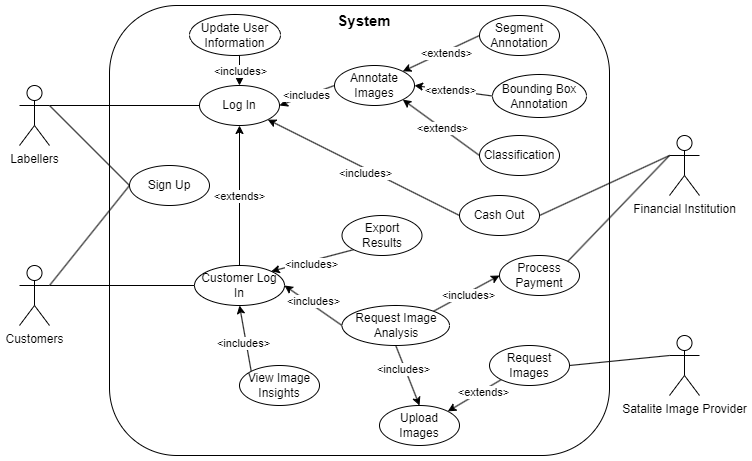
The draw.io diagram docs/SRS/useCaseDiagram.png in OKKM-insights/OKKM.insights, before a commit. Source tidied: cells renumbered, new cells last; positions are measured from the earlier drawing's top-left corner, leaving out a move shared by most shapes.
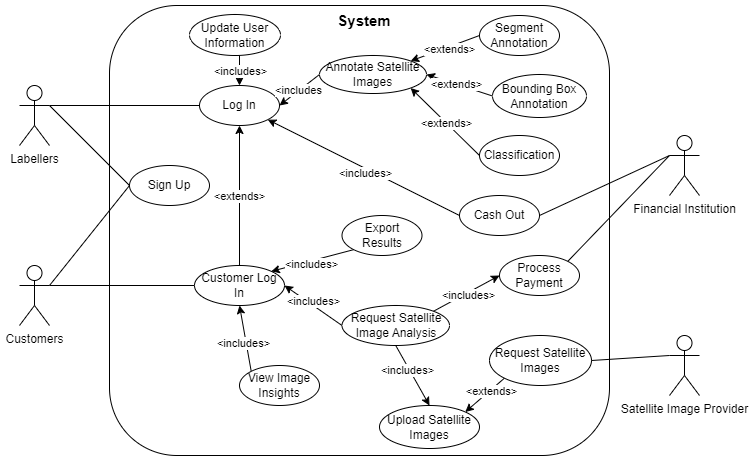
Later version of the same file.

Change to the diagram source:
```diff
@@ -26,7 +26,7 @@
     <mxCell id="9" value="Customers" style="shape=umlActor;verticalLabelPosition=bottom;verticalAlign=top;html=1;outlineConnect=0;" parent="1" vertex="1">
       <mxGeometry y="260" width="30" height="60" as="geometry" />
     </mxCell>
-    <mxCell id="10" value="Satalite Image Provider" style="shape=umlActor;verticalLabelPosition=bottom;verticalAlign=top;html=1;outlineConnect=0;" parent="1" vertex="1">
+    <mxCell id="10" value="Satellite Image Provider" style="shape=umlActor;verticalLabelPosition=bottom;verticalAlign=top;html=1;outlineConnect=0;" parent="1" vertex="1">
       <mxGeometry x="650" y="330" width="30" height="60" as="geometry" />
     </mxCell>
     <mxCell id="11" value="Log In" style="ellipse;whiteSpace=wrap;html=1;" parent="1" vertex="1">
@@ -50,8 +50,8 @@
     <mxCell id="17" value="&amp;lt;includes" style="edgeLabel;html=1;align=center;verticalAlign=middle;" parent="16" vertex="1">
       <mxGeometry x="0.04" y="-1" relative="1" as="geometry" />
     </mxCell>
-    <mxCell id="18" value="Annotate Images" style="ellipse;whiteSpace=wrap;html=1;" parent="1" vertex="1">
-      <mxGeometry x="315" y="60" width="80" height="40" as="geometry" />
+    <mxCell id="18" value="Annotate Satellite Images" style="ellipse;whiteSpace=wrap;html=1;" parent="1" vertex="1">
+      <mxGeometry x="300" y="50" width="107" height="38" as="geometry" />
     </mxCell>
     <mxCell id="19" style="rounded=0;jettySize=auto;html=1;exitX=0;exitY=0.5;exitDx=0;exitDy=0;entryX=1;entryY=0;entryDx=0;entryDy=0;" parent="1" edge="1" source="21" target="18">
       <mxGeometry relative="1" as="geometry" />
@@ -89,8 +89,8 @@
     <mxCell id="30" value="&amp;lt;extends&amp;gt;" style="edgeLabel;html=1;align=center;verticalAlign=middle;" parent="29" vertex="1">
       <mxGeometry x="-0.3" y="1" relative="1" as="geometry" />
     </mxCell>
-    <mxCell id="31" value="Request Images" style="ellipse;whiteSpace=wrap;html=1;" parent="1" vertex="1">
-      <mxGeometry x="470" y="340" width="80" height="40" as="geometry" />
+    <mxCell id="31" value="Request Satellite Images" style="ellipse;whiteSpace=wrap;html=1;" parent="1" vertex="1">
+      <mxGeometry x="470" y="330" width="102" height="50" as="geometry" />
     </mxCell>
     <mxCell id="32" style="rounded=0;jettySize=auto;html=1;exitX=0;exitY=0.5;exitDx=0;exitDy=0;entryX=1;entryY=0.5;entryDx=0;entryDy=0;" parent="1" edge="1" source="38" target="42">
       <mxGeometry relative="1" as="geometry" />
@@ -112,11 +112,11 @@
     <mxCell id="37" value="&amp;lt;includes&amp;gt;" style="edgeLabel;html=1;align=center;verticalAlign=middle;" parent="36" vertex="1">
       <mxGeometry x="-0.23" y="-2" relative="1" as="geometry" />
     </mxCell>
-    <mxCell id="38" value="Request Image Analysis" style="ellipse;whiteSpace=wrap;html=1;" parent="1" vertex="1">
+    <mxCell id="38" value="Request Satellite Image Analysis" style="ellipse;whiteSpace=wrap;html=1;" parent="1" vertex="1">
       <mxGeometry x="322.5" y="300" width="107.5" height="40" as="geometry" />
     </mxCell>
-    <mxCell id="39" value="Upload Images" style="ellipse;whiteSpace=wrap;html=1;" parent="1" vertex="1">
-      <mxGeometry x="360" y="400" width="80" height="40" as="geometry" />
+    <mxCell id="39" value="Upload Satellite Images" style="ellipse;whiteSpace=wrap;html=1;" parent="1" vertex="1">
+      <mxGeometry x="360" y="400" width="100" height="43" as="geometry" />
     </mxCell>
     <mxCell id="40" style="edgeStyle=orthogonalEdgeStyle;rounded=0;jettySize=auto;html=1;exitX=0.5;exitY=0;exitDx=0;exitDy=0;entryX=0.5;entryY=1;entryDx=0;entryDy=0;" parent="1" edge="1" source="42" target="11">
       <mxGeometry relative="1" as="geometry" />
```
